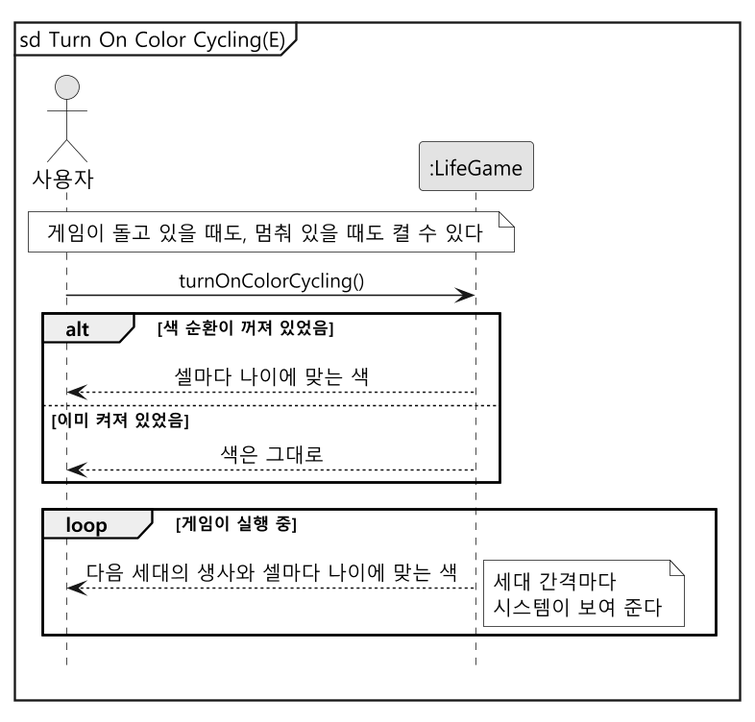
Earlier version of the PlantUML export docs/color-gen/diagrams/ssd-turn-on.png (mckimR1972/DP_team_project). Its diagram source:
```plantuml
@startuml ssd-turn-on
skinparam monochrome true
skinparam dpi 150
skinparam shadowing false
skinparam defaultFontName "Malgun Gothic"
skinparam sequenceMessageAlign center
hide footbox
mainframe sd Turn On Color Cycling(E)

actor "사용자" as User
participant ":LifeGame" as System

note over User, System : 게임이 돌고 있을 때도, 멈춰 있을 때도 켤 수 있다

User -> System : turnOnColorCycling()
alt 색 순환이 꺼져 있었음
  System --> User : 셀마다 나이에 맞는 색
else 이미 켜져 있었음
  System --> User : 색은 그대로
end

loop 게임이 실행 중
  System --> User : 다음 세대의 생사와 셀마다 나이에 맞는 색
  note right : 세대 간격마다\n시스템이 보여 준다
end
@enduml
```
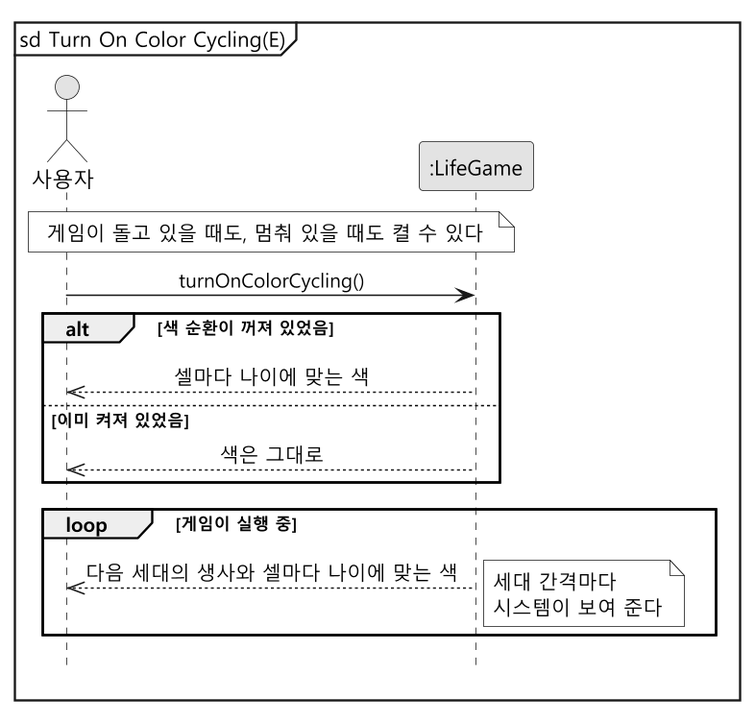
The same diagram one commit later.

What changed in the source:
```diff
@@ -14,13 +14,13 @@
 
 User -> System : turnOnColorCycling()
 alt 색 순환이 꺼져 있었음
-  System --> User : 셀마다 나이에 맞는 색
+  System -->> User : 셀마다 나이에 맞는 색
 else 이미 켜져 있었음
-  System --> User : 색은 그대로
+  System -->> User : 색은 그대로
 end
 
 loop 게임이 실행 중
-  System --> User : 다음 세대의 생사와 셀마다 나이에 맞는 색
+  System -->> User : 다음 세대의 생사와 셀마다 나이에 맞는 색
   note right : 세대 간격마다\n시스템이 보여 준다
 end
 @enduml
```
